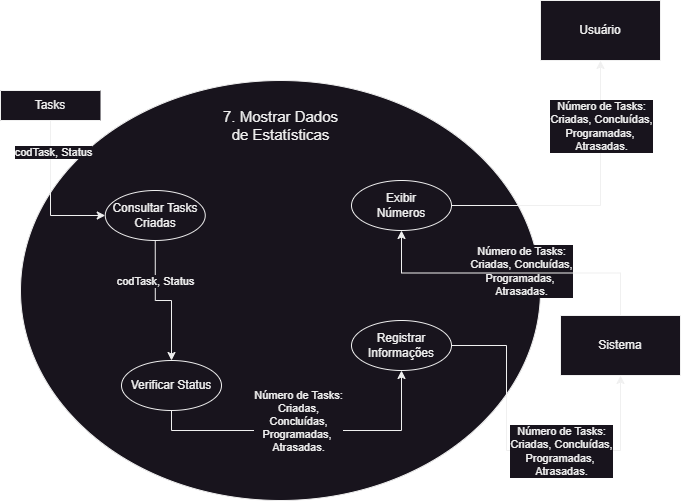
The draw.io diagram docs/assets/DFDs/RF07.drawio.png in kenielf/neotasker, before a commit. Source tidied: cells renumbered, new cells last; positions are measured from the earlier drawing's top-left corner, leaving out a move shared by most shapes.
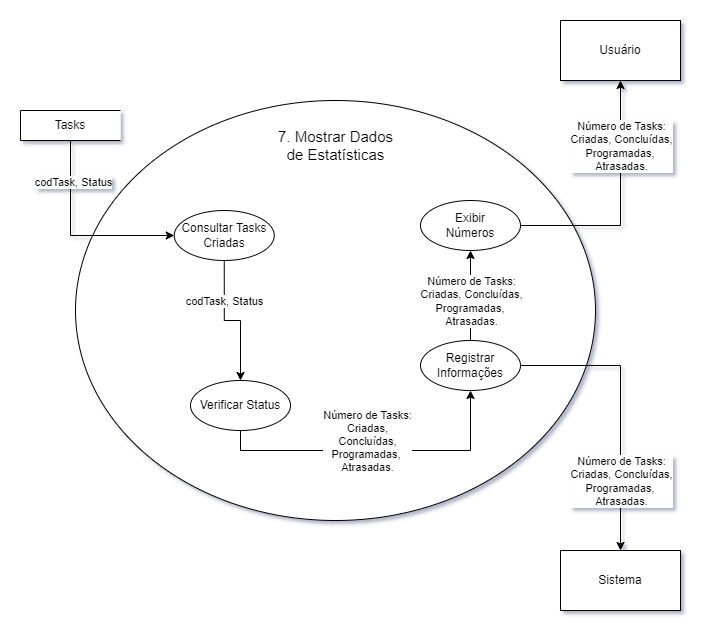
The same diagram one commit later.

The edit, as a diff of the source:
```diff
@@ -3,10 +3,10 @@
     <mxCell id="0" />
     <mxCell id="1" parent="0" />
     <mxCell id="2" style="shape=ellipse;html=1;dashed=0;whiteSpace=wrap;perimeter=ellipsePerimeter;" parent="1" vertex="1">
-      <mxGeometry x="20" y="80" width="520" height="420" as="geometry" />
+      <mxGeometry x="55" y="80" width="520" height="420" as="geometry" />
     </mxCell>
     <mxCell id="3" value="7. Mostrar Dados &lt;br&gt;de Estatísticas" style="text;html=1;strokeColor=none;fillColor=none;align=center;verticalAlign=middle;whiteSpace=wrap;rounded=0;fontSize=15;" parent="1" vertex="1">
-      <mxGeometry x="168.8" y="110" width="222.5" height="30" as="geometry" />
+      <mxGeometry x="203.8" y="110" width="222.5" height="30" as="geometry" />
     </mxCell>
     <mxCell id="4" style="edgeStyle=orthogonalEdgeStyle;rounded=0;jettySize=auto;html=1;exitX=0.5;exitY=1;exitDx=0;exitDy=0;entryX=0;entryY=0.5;entryDx=0;entryDy=0;" parent="1" edge="1" source="6" target="8">
       <mxGeometry relative="1" as="geometry" />
@@ -21,7 +21,7 @@
       <mxGeometry relative="1" as="geometry" />
     </mxCell>
     <mxCell id="8" value="Consultar Tasks&lt;br&gt;Criadas" style="shape=ellipse;html=1;dashed=0;whiteSpace=wrap;perimeter=ellipsePerimeter;" parent="1" vertex="1">
-      <mxGeometry x="104.8" y="190" width="100" height="50" as="geometry" />
+      <mxGeometry x="153.8" y="190" width="100" height="50" as="geometry" />
     </mxCell>
     <mxCell id="9" style="edgeStyle=orthogonalEdgeStyle;rounded=0;jettySize=auto;html=1;entryX=0.5;entryY=1;entryDx=0;entryDy=0;exitX=0.5;exitY=1;exitDx=0;exitDy=0;" parent="1" edge="1" source="11" target="14">
       <mxGeometry relative="1" as="geometry" />
@@ -32,43 +32,37 @@
       </mxGeometry>
     </mxCell>
     <mxCell id="11" value="Verificar Status" style="shape=ellipse;html=1;dashed=0;whiteSpace=wrap;perimeter=ellipsePerimeter;" parent="1" vertex="1">
-      <mxGeometry x="121" y="360" width="100" height="50" as="geometry" />
+      <mxGeometry x="170" y="360" width="100" height="50" as="geometry" />
     </mxCell>
     <mxCell id="12" value="codTask, Status" style="edgeLabel;html=1;align=center;verticalAlign=middle;" parent="1" vertex="1">
-      <mxGeometry x="154.8" y="280" as="geometry" />
+      <mxGeometry x="203.8" y="280" as="geometry" />
     </mxCell>
+    <mxCell id="23" style="edgeStyle=orthogonalEdgeStyle;rounded=0;jettySize=auto;html=1;" parent="1" edge="1" source="14" target="16">
+      <mxGeometry relative="1" as="geometry" />
+    </mxCell>
-    <mxCell id="13" style="edgeStyle=orthogonalEdgeStyle;rounded=0;jettySize=auto;html=1;entryX=0.5;entryY=1;entryDx=0;entryDy=0;" parent="1" edge="1" source="14" target="20">
-      <mxGeometry relative="1" as="geometry">
-        <Array as="points">
-          <mxPoint x="506" y="345" />
-          <mxPoint x="506" y="450" />
-          <mxPoint x="620" y="450" />
-        </Array>
-      </mxGeometry>
+    <mxCell id="13" style="edgeStyle=orthogonalEdgeStyle;rounded=0;jettySize=auto;html=1;" parent="1" edge="1" source="14" target="20">
+      <mxGeometry relative="1" as="geometry" />
     </mxCell>
     <mxCell id="14" value="Registrar&lt;br&gt;Informações" style="shape=ellipse;html=1;dashed=0;whiteSpace=wrap;perimeter=ellipsePerimeter;" parent="1" vertex="1">
-      <mxGeometry x="351" y="320" width="100" height="50" as="geometry" />
+      <mxGeometry x="400" y="320" width="100" height="50" as="geometry" />
     </mxCell>
     <mxCell id="15" style="edgeStyle=orthogonalEdgeStyle;rounded=0;jettySize=auto;html=1;" parent="1" edge="1" source="16" target="18">
       <mxGeometry relative="1" as="geometry" />
     </mxCell>
     <mxCell id="16" value="Exibir&lt;br&gt;Números" style="shape=ellipse;html=1;dashed=0;whiteSpace=wrap;perimeter=ellipsePerimeter;" parent="1" vertex="1">
-      <mxGeometry x="351" y="180" width="100" height="50" as="geometry" />
+      <mxGeometry x="400" y="180" width="100" height="50" as="geometry" />
     </mxCell>
     <mxCell id="17" value="Número de Tasks:&lt;br&gt;Criadas, Concluídas,&lt;br&gt;Programadas,&amp;nbsp;&lt;br&gt;Atrasadas." style="edgeLabel;html=1;align=center;verticalAlign=middle;" parent="1" vertex="1">
-      <mxGeometry x="520" y="270" as="geometry" />
+      <mxGeometry x="450" y="280" as="geometry" />
     </mxCell>
     <mxCell id="18" value="Usuário" style="whiteSpace=wrap;html=1;dashed=0;" parent="1" vertex="1">
       <mxGeometry x="540" width="120" height="60" as="geometry" />
     </mxCell>
-    <mxCell id="19" style="edgeStyle=orthogonalEdgeStyle;rounded=0;jettySize=auto;html=1;exitX=0.5;exitY=0;exitDx=0;exitDy=0;entryX=0.5;entryY=1;entryDx=0;entryDy=0;" parent="1" edge="1" source="20" target="16">
-      <mxGeometry relative="1" as="geometry" />
-    </mxCell>
     <mxCell id="20" value="Sistema" style="whiteSpace=wrap;html=1;dashed=0;" parent="1" vertex="1">
-      <mxGeometry x="560" y="315" width="120" height="60" as="geometry" />
+      <mxGeometry x="540" y="530" width="120" height="60" as="geometry" />
     </mxCell>
     <mxCell id="21" value="Número de Tasks:&lt;br&gt;Criadas, Concluídas,&lt;br&gt;Programadas,&amp;nbsp;&lt;br&gt;Atrasadas." style="edgeLabel;html=1;align=center;verticalAlign=middle;" parent="1" vertex="1">
-      <mxGeometry x="560" y="450" as="geometry" />
+      <mxGeometry x="600" y="460" as="geometry" />
     </mxCell>
     <mxCell id="22" value="Número de Tasks:&lt;br&gt;Criadas, Concluídas,&lt;br&gt;Programadas,&amp;nbsp;&lt;br&gt;Atrasadas." style="edgeLabel;html=1;align=center;verticalAlign=middle;" parent="1" vertex="1">
       <mxGeometry x="600" y="125" as="geometry" />
```
